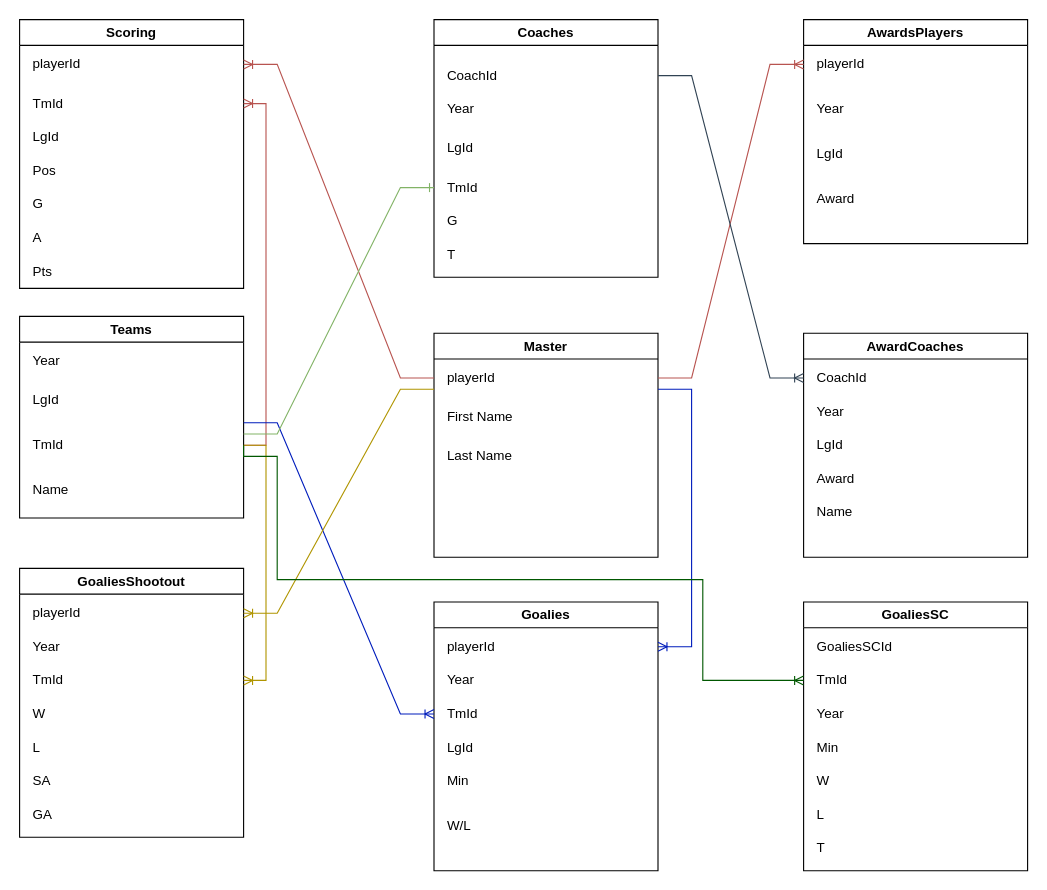
Before: Untitled Diagram.drawio in itudb2241/itudb2241, a draw.io diagram. Source tidied: cells renumbered, new cells numbered last; positions are measured from the earlier drawing's top-left corner, leaving out a move shared by most shapes. Both pictures are drawn from the tidied source at 112%, with x=0, y=0 at pixel (19, 19).
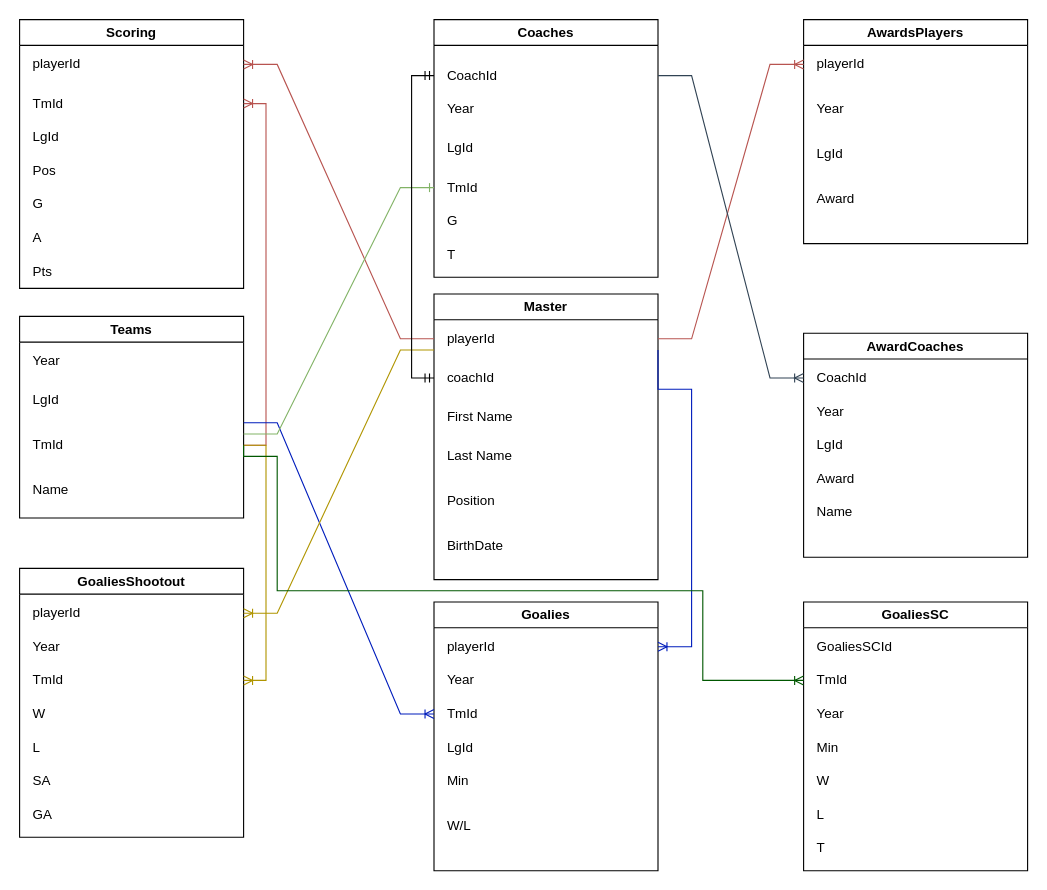
After the change.

The change refers to these unchanged cells:
```xml
<mxCell id="14" value="TmId" style="text;html=1;strokeColor=none;fillColor=none;align=left;verticalAlign=middle;whiteSpace=wrap;rounded=0;spacingLeft=10;" parent="11" vertex="1">
  <mxGeometry y="95" width="200" height="40" as="geometry" />
</mxCell>
<mxCell id="52" value="TmId" style="text;html=1;strokeColor=none;fillColor=none;align=left;verticalAlign=middle;whiteSpace=wrap;rounded=0;spacingLeft=10;" parent="46" vertex="1">
  <mxGeometry y="50" width="200" height="40" as="geometry" />
</mxCell>
<mxCell id="61" value="CoachId" style="text;html=1;strokeColor=none;fillColor=none;align=left;verticalAlign=middle;whiteSpace=wrap;rounded=0;spacingLeft=10;" parent="55" vertex="1">
  <mxGeometry y="30" width="200" height="40" as="geometry" />
</mxCell>
```

Diff of the diagram source:
```diff
@@
     <mxCell id="16" value="Master" style="swimlane;whiteSpace=wrap;html=1;" parent="1" vertex="1">
-      <mxGeometry x="370" y="280" width="200" height="200" as="geometry" />
+      <mxGeometry x="370" y="245" width="200" height="255" as="geometry" />
     </mxCell>
@@
     <mxCell id="18" value="First Name" style="text;html=1;strokeColor=none;fillColor=none;align=left;verticalAlign=middle;whiteSpace=wrap;rounded=0;spacingLeft=10;" parent="16" vertex="1">
-      <mxGeometry y="55" width="200" height="40" as="geometry" />
+      <mxGeometry y="90" width="200" height="40" as="geometry" />
     </mxCell>
     <mxCell id="19" value="Last Name" style="text;html=1;strokeColor=none;fillColor=none;align=left;verticalAlign=middle;whiteSpace=wrap;rounded=0;spacingLeft=10;" parent="16" vertex="1">
-      <mxGeometry y="90" width="200" height="40" as="geometry" />
+      <mxGeometry y="125" width="200" height="40" as="geometry" />
     </mxCell>
+    <mxCell id="70" value="coachId" style="text;html=1;strokeColor=none;fillColor=none;align=left;verticalAlign=middle;whiteSpace=wrap;rounded=0;spacingLeft=10;" parent="16" vertex="1">
+      <mxGeometry y="55" width="200" height="40" as="geometry" />
+    </mxCell>
+    <mxCell id="71" value="Position" style="text;html=1;strokeColor=none;fillColor=none;align=left;verticalAlign=middle;whiteSpace=wrap;rounded=0;spacingLeft=10;" parent="16" vertex="1">
+      <mxGeometry y="165" width="200" height="40" as="geometry" />
+    </mxCell>
+    <mxCell id="72" value="BirthDate" style="text;html=1;strokeColor=none;fillColor=none;align=left;verticalAlign=middle;whiteSpace=wrap;rounded=0;spacingLeft=10;" parent="16" vertex="1">
+      <mxGeometry y="205" width="200" height="40" as="geometry" />
+    </mxCell>
@@
     <mxCell id="54" style="edgeStyle=orthogonalEdgeStyle;fontSize=12;html=1;endArrow=ERoneToMany;rounded=0;exitX=1;exitY=0.5;exitDx=0;exitDy=0;entryX=0;entryY=0.5;entryDx=0;entryDy=0;fillColor=#008a00;strokeColor=#005700;" parent="1" edge="1" source="14" target="52">
       <mxGeometry relative="1" as="geometry">
         <Array as="points">
           <mxPoint x="200" y="390" />
           <mxPoint x="230" y="390" />
-          <mxPoint x="230" y="500" />
-          <mxPoint x="610" y="500" />
+          <mxPoint x="230" y="510" />
+          <mxPoint x="610" y="510" />
           <mxPoint x="610" y="590" />
         </Array>
       </mxGeometry>
     </mxCell>
@@
+    <mxCell id="73" style="edgeStyle=orthogonalEdgeStyle;fontSize=12;html=1;endArrow=ERmandOne;startArrow=ERmandOne;rounded=0;entryX=0;entryY=0.5;entryDx=0;entryDy=0;exitX=0;exitY=0.5;exitDx=0;exitDy=0;" parent="1" edge="1" source="70" target="61">
+      <mxGeometry relative="1" as="geometry">
+        <Array as="points">
+          <mxPoint x="350" y="320" />
+          <mxPoint x="350" y="50" />
+        </Array>
+      </mxGeometry>
+    </mxCell>
```
